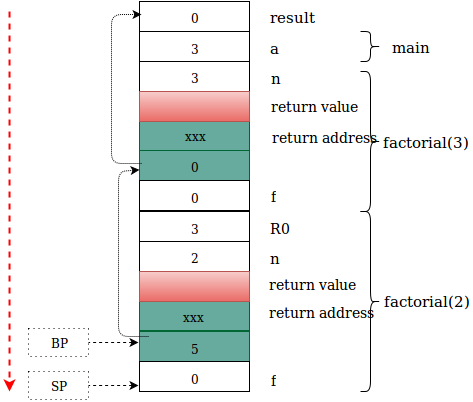
Earlier version of the draw.io export img/data_structure_42.png (silcnitc/silcnitc.github.io). Source tidied: cells renumbered, new cells last; positions are measured from the earlier drawing's top-left corner, leaving out a move shared by most shapes.
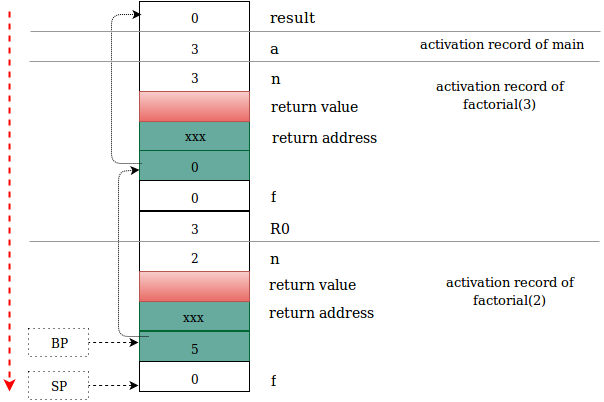
Above is the later version.

What changed in the source:
```diff
@@ -50,18 +50,6 @@
     <mxCell id="16" value="0" style="text;html=1;strokeColor=none;fillColor=none;align=center;verticalAlign=middle;whiteSpace=wrap;overflow=hidden;fontFamily=Gentium Basic;" parent="1" vertex="1">
       <mxGeometry x="155" y="183" width="60" height="25" as="geometry" />
     </mxCell>
-    <mxCell id="17" style="shape=curlyBracket;whiteSpace=wrap;html=1;rounded=1;strokeColor=#000000;fontSize=14;direction=west;" parent="1" vertex="1">
-      <mxGeometry x="351" y="30" width="20" height="30" as="geometry" />
-    </mxCell>
-    <mxCell id="18" value="main" style="text;html=1;strokeColor=none;fillColor=none;align=center;verticalAlign=middle;whiteSpace=wrap;overflow=hidden;fontFamily=Gentium Basic;fontSize=15;" parent="1" vertex="1">
-      <mxGeometry x="371" y="33" width="60" height="25" as="geometry" />
-    </mxCell>
-    <mxCell id="19" style="shape=curlyBracket;whiteSpace=wrap;html=1;rounded=1;strokeColor=#000000;fontSize=14;direction=west;" parent="1" vertex="1">
-      <mxGeometry x="351" y="70" width="20" height="140" as="geometry" />
-    </mxCell>
-    <mxCell id="20" value="factorial(3)" style="text;html=1;strokeColor=none;fillColor=none;align=center;verticalAlign=middle;whiteSpace=wrap;overflow=hidden;fontFamily=Gentium Basic;fontSize=15;" parent="1" vertex="1">
-      <mxGeometry x="371" y="128" width="90" height="25" as="geometry" />
-    </mxCell>
     <mxCell id="21" style="whiteSpace=wrap;html=1;fillColor=#ffffff;strokeColor=#000000;" parent="1" vertex="1">
       <mxGeometry x="130" y="210" width="110" height="30" as="geometry" />
     </mxCell>
@@ -101,12 +89,6 @@
     <mxCell id="33" value="0" style="text;html=1;strokeColor=none;fillColor=none;align=center;verticalAlign=middle;whiteSpace=wrap;overflow=hidden;fontFamily=Gentium Basic;" parent="1" vertex="1">
       <mxGeometry x="155" y="364" width="60" height="25" as="geometry" />
     </mxCell>
-    <mxCell id="34" style="shape=curlyBracket;whiteSpace=wrap;html=1;rounded=1;strokeColor=#000000;fontSize=14;direction=west;" parent="1" vertex="1">
-      <mxGeometry x="351" y="210" width="20" height="180" as="geometry" />
-    </mxCell>
-    <mxCell id="35" value="factorial(2)" style="text;html=1;strokeColor=none;fillColor=none;align=center;verticalAlign=middle;whiteSpace=wrap;overflow=hidden;fontFamily=Gentium Basic;fontSize=15;" parent="1" vertex="1">
-      <mxGeometry x="372" y="287" width="90" height="25" as="geometry" />
-    </mxCell>
     <mxCell id="36" value="5" style="text;html=1;strokeColor=none;fillColor=none;align=center;verticalAlign=middle;whiteSpace=wrap;overflow=hidden;fontFamily=Gentium Basic;" parent="1" vertex="1">
       <mxGeometry x="155" y="334" width="60" height="25" as="geometry" />
     </mxCell>
@@ -172,5 +154,23 @@
         </Array>
       </mxGeometry>
     </mxCell>
+    <mxCell id="51" value="&lt;font style=&quot;font-size: 13px&quot;&gt;activation record of main&lt;/font&gt;" style="text;html=1;strokeColor=none;fillColor=none;align=center;verticalAlign=middle;whiteSpace=wrap;overflow=hidden;fontFamily=Gentium Basic;fontSize=15;" parent="1" vertex="1">
+      <mxGeometry x="400" y="19" width="184" height="46" as="geometry" />
+    </mxCell>
+    <mxCell id="52" style="verticalLabelPosition=bottom;shadow=0;dashed=0;align=center;html=1;verticalAlign=top;strokeWidth=1;shape=mxgraph.mockup.markup.line;strokeColor=#999999;" parent="1" vertex="1">
+      <mxGeometry x="20" y="50" width="570" height="20" as="geometry" />
+    </mxCell>
+    <mxCell id="53" style="verticalLabelPosition=bottom;shadow=0;dashed=0;align=center;html=1;verticalAlign=top;strokeWidth=1;shape=mxgraph.mockup.markup.line;strokeColor=#999999;" parent="1" vertex="1">
+      <mxGeometry x="21" y="20" width="570" height="20" as="geometry" />
+    </mxCell>
+    <mxCell id="54" value="&lt;font style=&quot;font-size: 13px&quot;&gt;activation record of factorial(3)&lt;br&gt;&lt;/font&gt;" style="text;html=1;strokeColor=none;fillColor=none;align=center;verticalAlign=middle;whiteSpace=wrap;overflow=hidden;fontFamily=Gentium Basic;fontSize=15;" parent="1" vertex="1">
+      <mxGeometry x="399" y="70" width="184" height="46" as="geometry" />
+    </mxCell>
+    <mxCell id="55" style="verticalLabelPosition=bottom;shadow=0;dashed=0;align=center;html=1;verticalAlign=top;strokeWidth=1;shape=mxgraph.mockup.markup.line;strokeColor=#999999;" parent="1" vertex="1">
+      <mxGeometry x="20" y="230" width="570" height="20" as="geometry" />
+    </mxCell>
+    <mxCell id="56" value="&lt;font style=&quot;font-size: 13px&quot;&gt;activation record of factorial(2)&lt;br&gt;&lt;/font&gt;" style="text;html=1;strokeColor=none;fillColor=none;align=center;verticalAlign=middle;whiteSpace=wrap;overflow=hidden;fontFamily=Gentium Basic;fontSize=15;" parent="1" vertex="1">
+      <mxGeometry x="409" y="266" width="184" height="46" as="geometry" />
+    </mxCell>
   </root>
 </mxGraphModel>
```
